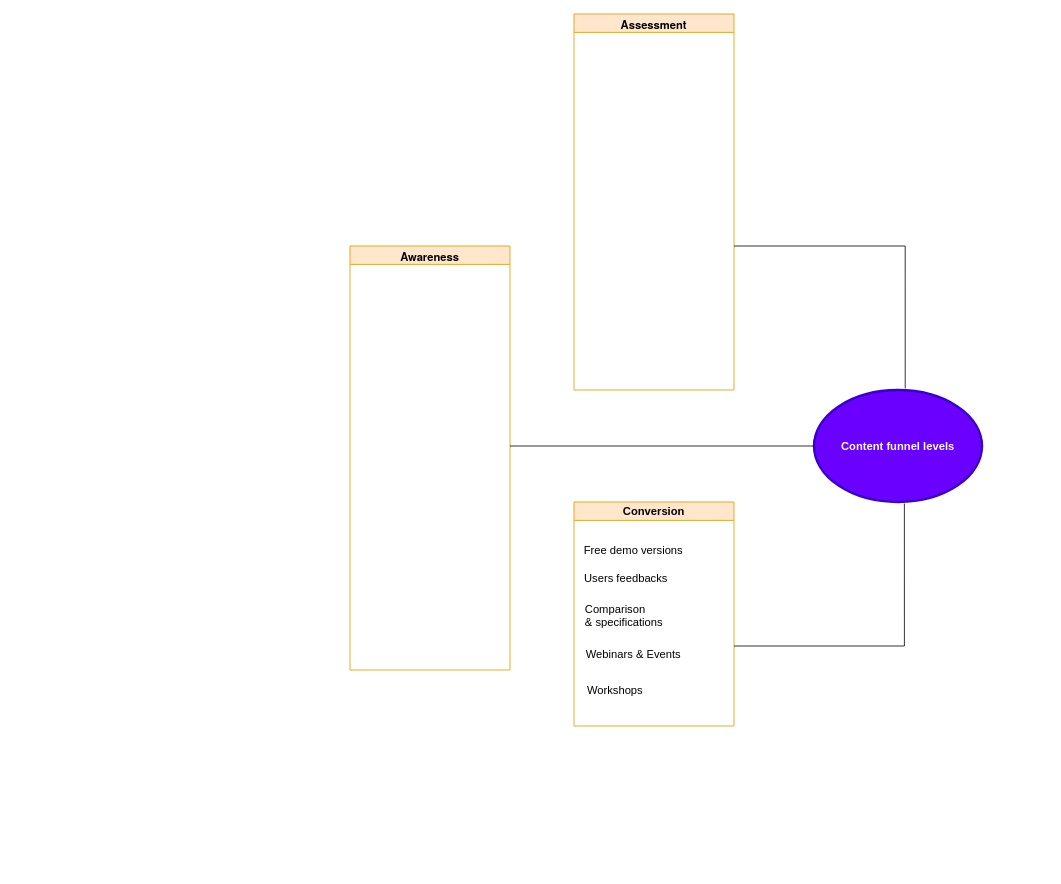
annastazi09/blog keeps this draw.io diagram as Content  marketing diagram.drawio. Above is the earlier version. Source tidied: cells renumbered, new cells numbered last; positions are measured from the earlier drawing's top-left corner, leaving out a move shared by most shapes. Both pictures are drawn from the tidied source at 80%, with x=0, y=0 at pixel (350, 14).
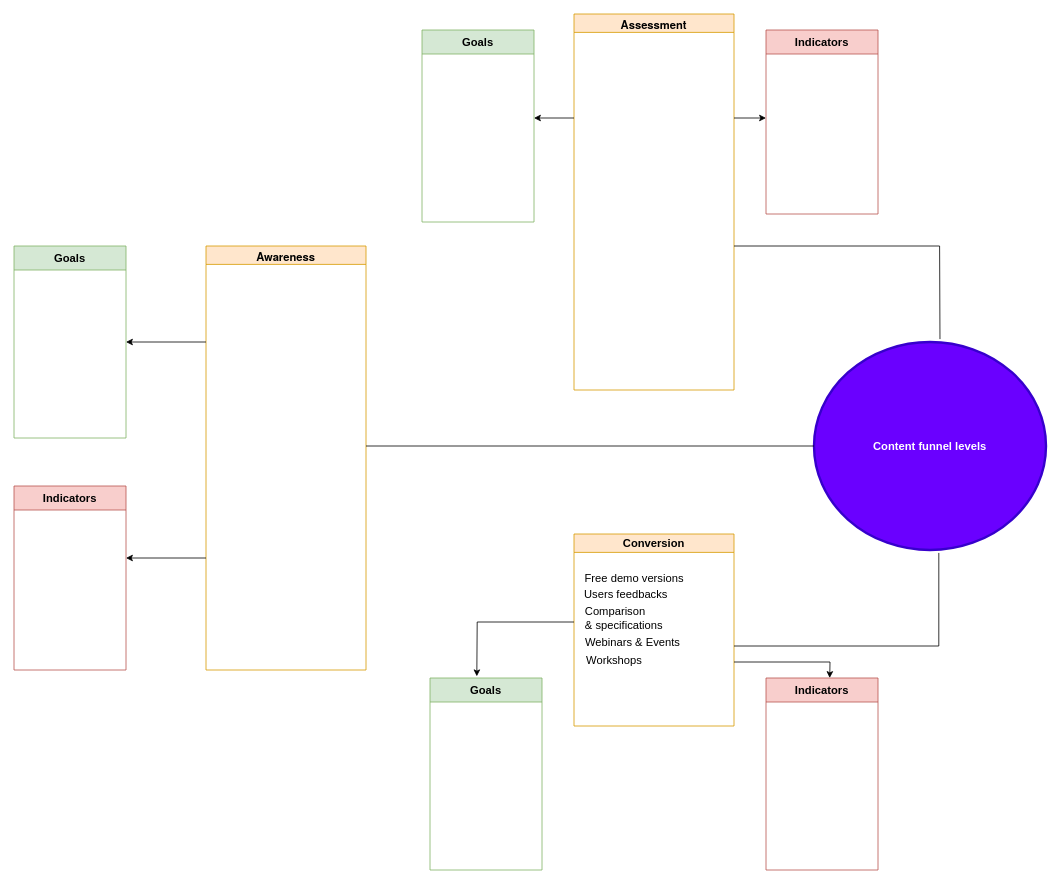
The same diagram, later.

Change to the diagram source:
```diff
@@
     <mxCell id="3" value="&lt;font style=&quot;font-size: 14px;&quot;&gt;Conversion&lt;/font&gt;" style="swimlane;whiteSpace=wrap;html=1;fillColor=#ffe6cc;strokeColor=#d79b00;" parent="1" vertex="1">
-      <mxGeometry x="280" y="610" width="200" height="280" as="geometry" />
+      <mxGeometry x="280" y="650" width="200" height="240" as="geometry" />
     </mxCell>
     <mxCell id="4" value="&lt;font style=&quot;font-size: 14px;&quot;&gt;Free demo versions&lt;/font&gt;" style="text;html=1;align=center;verticalAlign=middle;strokeColor=none;fillColor=none;fontSize=14;" parent="3" vertex="1">
-      <mxGeometry x="-1" y="45" width="150" height="30" as="geometry" />
+      <mxGeometry y="40" width="150" height="30" as="geometry" />
     </mxCell>
     <mxCell id="5" value="Users feedbacks" style="text;html=1;align=left;verticalAlign=middle;strokeColor=none;fillColor=none;fontSize=14;" parent="3" vertex="1">
-      <mxGeometry x="11" y="81" width="130" height="30" as="geometry" />
+      <mxGeometry x="11" y="60" width="130" height="30" as="geometry" />
     </mxCell>
     <mxCell id="6" value="Comparison&amp;nbsp;&lt;br&gt;&amp;amp; specifications" style="text;html=1;align=left;verticalAlign=middle;strokeColor=none;fillColor=none;fontSize=14;" parent="3" vertex="1">
-      <mxGeometry x="12" y="117" width="120" height="50" as="geometry" />
+      <mxGeometry x="12" y="80" width="120" height="50" as="geometry" />
     </mxCell>
     <mxCell id="7" value="Webinars &amp;amp; Events" style="text;html=1;align=center;verticalAlign=middle;strokeColor=none;fillColor=none;fontSize=14;" parent="3" vertex="1">
-      <mxGeometry x="4" y="175" width="140" height="30" as="geometry" />
+      <mxGeometry x="3" y="121" width="140" height="30" as="geometry" />
     </mxCell>
     <mxCell id="8" value="Workshops" style="text;html=1;align=center;verticalAlign=middle;strokeColor=none;fillColor=none;fontSize=14;strokeWidth=3;" parent="3" vertex="1">
-      <mxGeometry x="6" y="220" width="90" height="30" as="geometry" />
+      <mxGeometry x="5" y="143" width="90" height="30" as="geometry" />
     </mxCell>
     <mxCell id="9" value="&lt;p style=&quot;margin: 0px; font-variant-numeric: normal; font-variant-east-asian: normal; font-stretch: normal; line-height: normal; font-family: &amp;quot;Helvetica Neue&amp;quot;; text-align: start;&quot; class=&quot;p1&quot;&gt;&lt;font style=&quot;font-size: 14px;&quot;&gt;Awareness&lt;/font&gt;&lt;/p&gt;" style="swimlane;whiteSpace=wrap;html=1;fillColor=#ffe6cc;strokeColor=#d79b00;" parent="1" vertex="1">
-      <mxGeometry y="290" width="200" height="530" as="geometry" />
+      <mxGeometry x="-180" y="290" width="200" height="530" as="geometry" />
     </mxCell>
     <mxCell id="10" value="&lt;font style=&quot;font-size: 14px;&quot;&gt;&lt;b&gt;Content funnel levels&lt;/b&gt;&lt;/font&gt;" style="ellipse;whiteSpace=wrap;html=1;fillColor=#6a00ff;fontColor=#ffffff;strokeColor=#3700CC;strokeWidth=3;" parent="1" vertex="1">
-      <mxGeometry x="580" y="470" width="210" height="140" as="geometry" />
+      <mxGeometry x="580" y="410" width="290" height="260" as="geometry" />
     </mxCell>
     <mxCell id="11" style="endArrow=none;html=1;rounded=0;fontSize=14;entryX=0;entryY=0.5;entryDx=0;entryDy=0;" parent="1" edge="1" target="10">
       <mxGeometry relative="1" as="geometry">
-        <mxPoint x="200" y="540" as="sourcePoint" />
+        <mxPoint x="20" y="540" as="sourcePoint" />
       </mxGeometry>
     </mxCell>
     <mxCell id="12" style="endArrow=none;html=1;rounded=0;fontSize=14;exitX=0.543;exitY=-0.014;exitDx=0;exitDy=0;exitPerimeter=0;" parent="1" edge="1" source="10">
       <mxGeometry relative="1" as="geometry">
         <mxPoint x="480" y="290" as="targetPoint" />
         <Array as="points">
-          <mxPoint x="694" y="290" />
+          <mxPoint x="737" y="290" />
         </Array>
       </mxGeometry>
     </mxCell>
     <mxCell id="13" style="endArrow=none;html=1;rounded=0;fontSize=14;entryX=0.538;entryY=1.014;entryDx=0;entryDy=0;entryPerimeter=0;" parent="1" edge="1" target="10">
       <mxGeometry relative="1" as="geometry">
         <mxPoint x="480" y="790" as="sourcePoint" />
         <Array as="points">
-          <mxPoint x="693" y="790" />
+          <mxPoint x="736" y="790" />
         </Array>
       </mxGeometry>
     </mxCell>
+    <mxCell id="14" value="&lt;b&gt;Goals&lt;/b&gt;" style="swimlane;fontStyle=0;horizontal=1;startSize=30;whiteSpace=wrap;html=1;strokeWidth=1;fontSize=14;fillColor=#d5e8d4;strokeColor=#82b366;" parent="1" vertex="1">
+      <mxGeometry x="90" y="20" width="140" height="240" as="geometry" />
+    </mxCell>
+    <mxCell id="15" value="&lt;b&gt;Indicators&lt;/b&gt;" style="swimlane;fontStyle=0;horizontal=1;startSize=30;whiteSpace=wrap;html=1;strokeWidth=1;fontSize=14;fillColor=#f8cecc;strokeColor=#b85450;" parent="1" vertex="1">
+      <mxGeometry x="520" y="20" width="140" height="230" as="geometry" />
+    </mxCell>
+    <mxCell id="16" style="endArrow=classic;html=1;rounded=0;fontSize=14;" parent="1" edge="1">
+      <mxGeometry relative="1" as="geometry">
+        <mxPoint x="280" y="130" as="sourcePoint" />
+        <mxPoint x="230" y="130" as="targetPoint" />
+      </mxGeometry>
+    </mxCell>
+    <mxCell id="17" style="endArrow=classic;html=1;rounded=0;fontSize=14;" parent="1" edge="1">
+      <mxGeometry relative="1" as="geometry">
+        <mxPoint x="480" y="130" as="sourcePoint" />
+        <mxPoint x="520" y="130" as="targetPoint" />
+      </mxGeometry>
+    </mxCell>
+    <mxCell id="18" value="&lt;b&gt;Goals&lt;/b&gt;" style="swimlane;fontStyle=0;horizontal=1;startSize=30;whiteSpace=wrap;html=1;strokeWidth=1;fontSize=14;fillColor=#d5e8d4;strokeColor=#82b366;" parent="1" vertex="1">
+      <mxGeometry x="100" y="830" width="140" height="240" as="geometry" />
+    </mxCell>
+    <mxCell id="19" value="&lt;b&gt;Indicators&lt;/b&gt;" style="swimlane;fontStyle=0;horizontal=1;startSize=30;whiteSpace=wrap;html=1;strokeWidth=1;fontSize=14;fillColor=#f8cecc;strokeColor=#b85450;" parent="1" vertex="1">
+      <mxGeometry x="520" y="830" width="140" height="240" as="geometry" />
+    </mxCell>
+    <mxCell id="20" style="endArrow=classic;html=1;rounded=0;fontSize=14;entryX=0.418;entryY=-0.009;entryDx=0;entryDy=0;entryPerimeter=0;" parent="1" edge="1" target="18">
+      <mxGeometry relative="1" as="geometry">
+        <mxPoint x="280" y="760" as="sourcePoint" />
+        <Array as="points">
+          <mxPoint x="159" y="760" />
+        </Array>
+      </mxGeometry>
+    </mxCell>
+    <mxCell id="21" style="endArrow=classic;html=1;rounded=0;fontSize=14;entryX=0.569;entryY=0;entryDx=0;entryDy=0;entryPerimeter=0;" parent="1" edge="1" target="19">
+      <mxGeometry relative="1" as="geometry">
+        <mxPoint x="480" y="810" as="sourcePoint" />
+        <Array as="points">
+          <mxPoint x="600" y="810" />
+        </Array>
+      </mxGeometry>
+    </mxCell>
+    <mxCell id="22" value="&lt;b&gt;Indicators&lt;/b&gt;" style="swimlane;fontStyle=0;horizontal=1;startSize=30;whiteSpace=wrap;html=1;strokeWidth=1;fontSize=14;fillColor=#f8cecc;strokeColor=#b85450;" parent="1" vertex="1">
+      <mxGeometry x="-420" y="590" width="140" height="230" as="geometry" />
+    </mxCell>
+    <mxCell id="23" value="&lt;b&gt;Goals&lt;/b&gt;" style="swimlane;fontStyle=0;horizontal=1;startSize=30;whiteSpace=wrap;html=1;strokeWidth=1;fontSize=14;fillColor=#d5e8d4;strokeColor=#82b366;" parent="1" vertex="1">
+      <mxGeometry x="-420" y="290" width="140" height="240" as="geometry" />
+    </mxCell>
+    <mxCell id="24" style="endArrow=classic;html=1;rounded=0;fontSize=14;" parent="1" edge="1">
+      <mxGeometry relative="1" as="geometry">
+        <mxPoint x="-180" y="410" as="sourcePoint" />
+        <mxPoint x="-280" y="410" as="targetPoint" />
+      </mxGeometry>
+    </mxCell>
+    <mxCell id="25" style="endArrow=classic;html=1;rounded=0;fontSize=14;" parent="1" edge="1">
+      <mxGeometry relative="1" as="geometry">
+        <mxPoint x="-180" y="680" as="sourcePoint" />
+        <mxPoint x="-280" y="680" as="targetPoint" />
+      </mxGeometry>
+    </mxCell>
```
